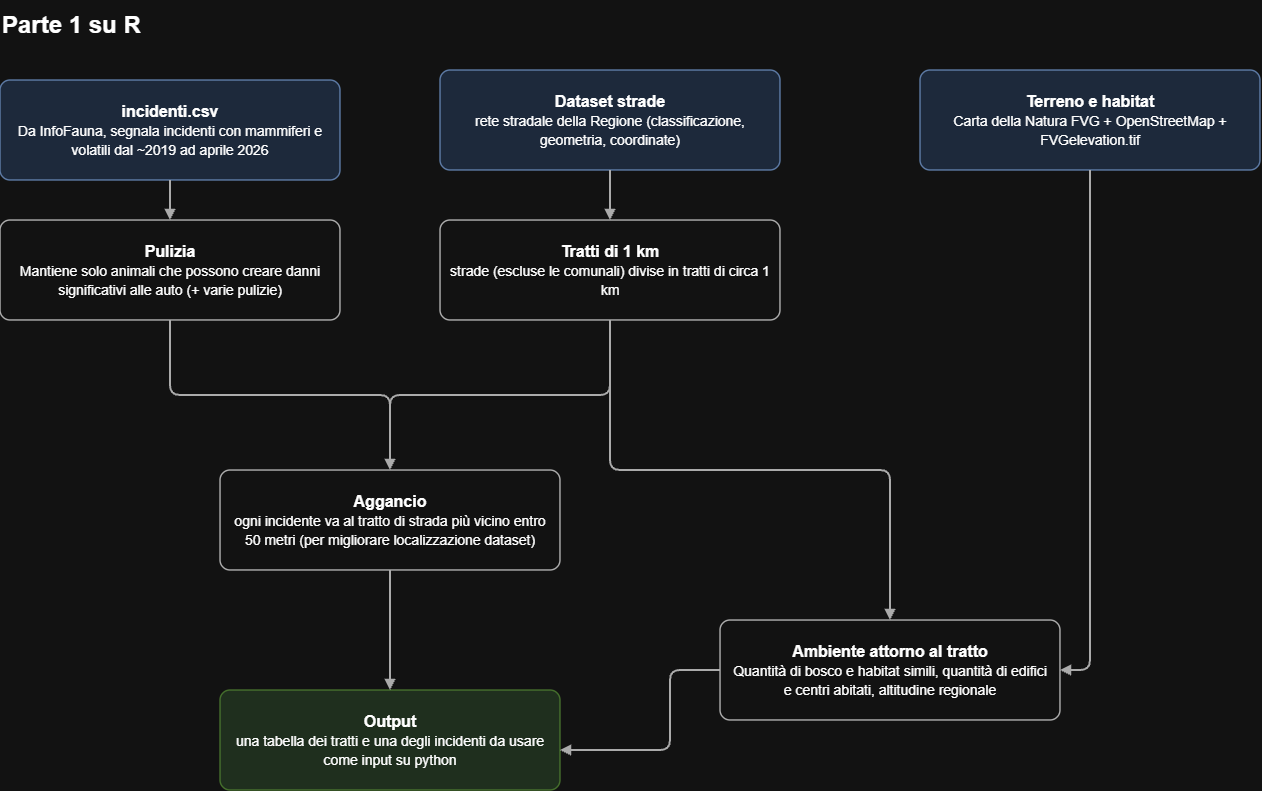
Alepsyco/Progetto-fauna keeps this draw.io diagram as pipeline1.png. Above is the earlier version. Source tidied: cells renumbered, new cells last; positions are measured from the earlier drawing's top-left corner, leaving out a move shared by most shapes. Source of this version:
```xml
<mxGraphModel>
  <root>
    <mxCell id="0" />
    <mxCell id="1" parent="0" />
    <mxCell id="2" value="Parte 1 su R" style="text;html=1;align=left;verticalAlign=middle;fontSize=24;fontStyle=1;" parent="1" vertex="1">
      <mxGeometry width="900" height="50" as="geometry" />
    </mxCell>
    <mxCell id="3" value="&lt;b&gt;incidenti.csv&lt;/b&gt;&lt;br&gt;&lt;span style=&quot;font-size:14px&quot;&gt;Da InfoFauna, segnala incidenti con mammiferi e volatili dal ~2019 ad aprile 2026&lt;/span&gt;" style="rounded=1;arcSize=10;whiteSpace=wrap;html=1;fontSize=16;spacing=10;strokeWidth=1.5;fillColor=#dae8fc;strokeColor=#6c8ebf;" parent="1" vertex="1">
      <mxGeometry y="80" width="340" height="100" as="geometry" />
    </mxCell>
    <mxCell id="4" value="&lt;b&gt;Dataset strade&lt;/b&gt;&lt;br&gt;&lt;span style=&quot;font-size:14px&quot;&gt;rete stradale della Regione (classificazione, geometria, coordinate)&lt;/span&gt;" style="rounded=1;arcSize=10;whiteSpace=wrap;html=1;fontSize=16;spacing=10;strokeWidth=1.5;fillColor=#dae8fc;strokeColor=#6c8ebf;" parent="1" vertex="1">
      <mxGeometry x="440" y="70" width="340" height="100" as="geometry" />
    </mxCell>
    <mxCell id="5" value="&lt;b&gt;Pulizia&lt;/b&gt;&lt;br&gt;&lt;span style=&quot;font-size:14px&quot;&gt;Mantiene solo animali che possono creare danni significativi alle auto (+ varie pulizie)&lt;/span&gt;" style="rounded=1;arcSize=10;whiteSpace=wrap;html=1;fontSize=16;spacing=10;strokeWidth=1.5;fillColor=#ffffff;strokeColor=#4d4d4d;" parent="1" vertex="1">
      <mxGeometry y="220" width="340" height="100" as="geometry" />
    </mxCell>
    <mxCell id="6" value="&lt;b&gt;Tratti di 1 km&lt;/b&gt;&lt;br&gt;&lt;span style=&quot;font-size:14px&quot;&gt;strade (escluse le comunali) divise in tratti di circa 1 km&lt;/span&gt;" style="rounded=1;arcSize=10;whiteSpace=wrap;html=1;fontSize=16;spacing=10;strokeWidth=1.5;fillColor=#ffffff;strokeColor=#4d4d4d;" parent="1" vertex="1">
      <mxGeometry x="440" y="220" width="340" height="100" as="geometry" />
    </mxCell>
    <mxCell id="7" value="&lt;b&gt;Aggancio&lt;/b&gt;&lt;br&gt;&lt;span style=&quot;font-size:14px&quot;&gt;ogni incidente va al tratto di strada più vicino entro 50 metri (per migliorare localizzazione dataset)&lt;/span&gt;" style="rounded=1;arcSize=10;whiteSpace=wrap;html=1;fontSize=16;spacing=10;strokeWidth=1.5;fillColor=#ffffff;strokeColor=#4d4d4d;" parent="1" vertex="1">
      <mxGeometry x="220" y="470" width="340" height="100" as="geometry" />
    </mxCell>
    <mxCell id="8" value="&lt;b&gt;Ambiente attorno al tratto&lt;/b&gt;&lt;br&gt;&lt;span style=&quot;font-size:14px&quot;&gt;Quantità di bosco e habitat simili, quantità di edifici e centri abitati, altitudine regionale&lt;/span&gt;" style="rounded=1;arcSize=10;whiteSpace=wrap;html=1;fontSize=16;spacing=10;strokeWidth=1.5;fillColor=#ffffff;strokeColor=#4d4d4d;" parent="1" vertex="1">
      <mxGeometry x="720" y="620" width="340" height="100" as="geometry" />
    </mxCell>
    <mxCell id="9" value="&lt;b&gt;Terreno e habitat&lt;/b&gt;&lt;br&gt;&lt;span style=&quot;font-size:14px&quot;&gt;Carta della Natura FVG + OpenStreetMap + FVGelevation.tif&lt;/span&gt;" style="rounded=1;arcSize=10;whiteSpace=wrap;html=1;fontSize=16;spacing=10;strokeWidth=1.5;fillColor=#dae8fc;strokeColor=#6c8ebf;" parent="1" vertex="1">
      <mxGeometry x="920" y="70" width="340" height="100" as="geometry" />
    </mxCell>
    <mxCell id="10" value="&lt;b&gt;Output&lt;/b&gt;&lt;br&gt;&lt;span style=&quot;font-size:14px&quot;&gt;una tabella dei tratti e una degli incidenti da usare come input su python&lt;/span&gt;" style="rounded=1;arcSize=10;whiteSpace=wrap;html=1;fontSize=16;spacing=10;strokeWidth=1.5;fillColor=#d5e8d4;strokeColor=#82b366;" parent="1" vertex="1">
      <mxGeometry x="220" y="690" width="340" height="100" as="geometry" />
    </mxCell>
    <mxCell id="11" style="edgeStyle=orthogonalEdgeStyle;rounded=1;html=1;endArrow=block;endFill=1;strokeWidth=2;strokeColor=#4d4d4d;" parent="1" edge="1" source="3" target="5">
      <mxGeometry relative="1" as="geometry" />
    </mxCell>
    <mxCell id="12" style="edgeStyle=orthogonalEdgeStyle;rounded=1;html=1;endArrow=block;endFill=1;strokeWidth=2;strokeColor=#4d4d4d;" parent="1" edge="1" source="4" target="6">
      <mxGeometry relative="1" as="geometry" />
    </mxCell>
    <mxCell id="13" style="edgeStyle=orthogonalEdgeStyle;rounded=1;html=1;endArrow=block;endFill=1;strokeWidth=2;strokeColor=#4d4d4d;" parent="1" edge="1" source="5" target="7">
      <mxGeometry relative="1" as="geometry" />
    </mxCell>
    <mxCell id="14" style="edgeStyle=orthogonalEdgeStyle;rounded=1;html=1;endArrow=block;endFill=1;strokeWidth=2;strokeColor=#4d4d4d;" parent="1" edge="1" source="6" target="7">
      <mxGeometry relative="1" as="geometry" />
    </mxCell>
    <mxCell id="15" style="edgeStyle=orthogonalEdgeStyle;rounded=1;html=1;endArrow=block;endFill=1;strokeWidth=2;strokeColor=#4d4d4d;entryX=1;entryY=0.5;entryDx=0;entryDy=0;exitX=0.5;exitY=1;exitDx=0;exitDy=0;" parent="1" edge="1" source="9" target="8">
      <mxGeometry x="-0.02" relative="1" as="geometry" />
    </mxCell>
    <mxCell id="16" style="edgeStyle=orthogonalEdgeStyle;rounded=1;html=1;endArrow=block;endFill=1;strokeWidth=2;strokeColor=#4d4d4d;exitX=0;exitY=0.5;exitDx=0;exitDy=0;" parent="1" edge="1" source="8" target="10">
      <mxGeometry relative="1" as="geometry">
        <Array as="points">
          <mxPoint x="670" y="670" />
          <mxPoint x="670" y="750" />
        </Array>
      </mxGeometry>
    </mxCell>
    <mxCell id="17" style="edgeStyle=orthogonalEdgeStyle;rounded=1;html=1;endArrow=block;endFill=1;strokeWidth=2;strokeColor=#4d4d4d;exitX=0.5;exitY=1;exitDx=0;exitDy=0;entryX=0.5;entryY=0;entryDx=0;entryDy=0;" parent="1" edge="1" source="6" target="8">
      <mxGeometry relative="1" as="geometry" />
    </mxCell>
    <mxCell id="18" style="edgeStyle=orthogonalEdgeStyle;rounded=1;html=1;endArrow=block;endFill=1;strokeWidth=2;strokeColor=#4d4d4d;exitX=0.5;exitY=1;exitDx=0;exitDy=0;entryX=0.5;entryY=0;entryDx=0;entryDy=0;" parent="1" edge="1" source="7" target="10">
      <mxGeometry relative="1" as="geometry" />
    </mxCell>
  </root>
</mxGraphModel>
```
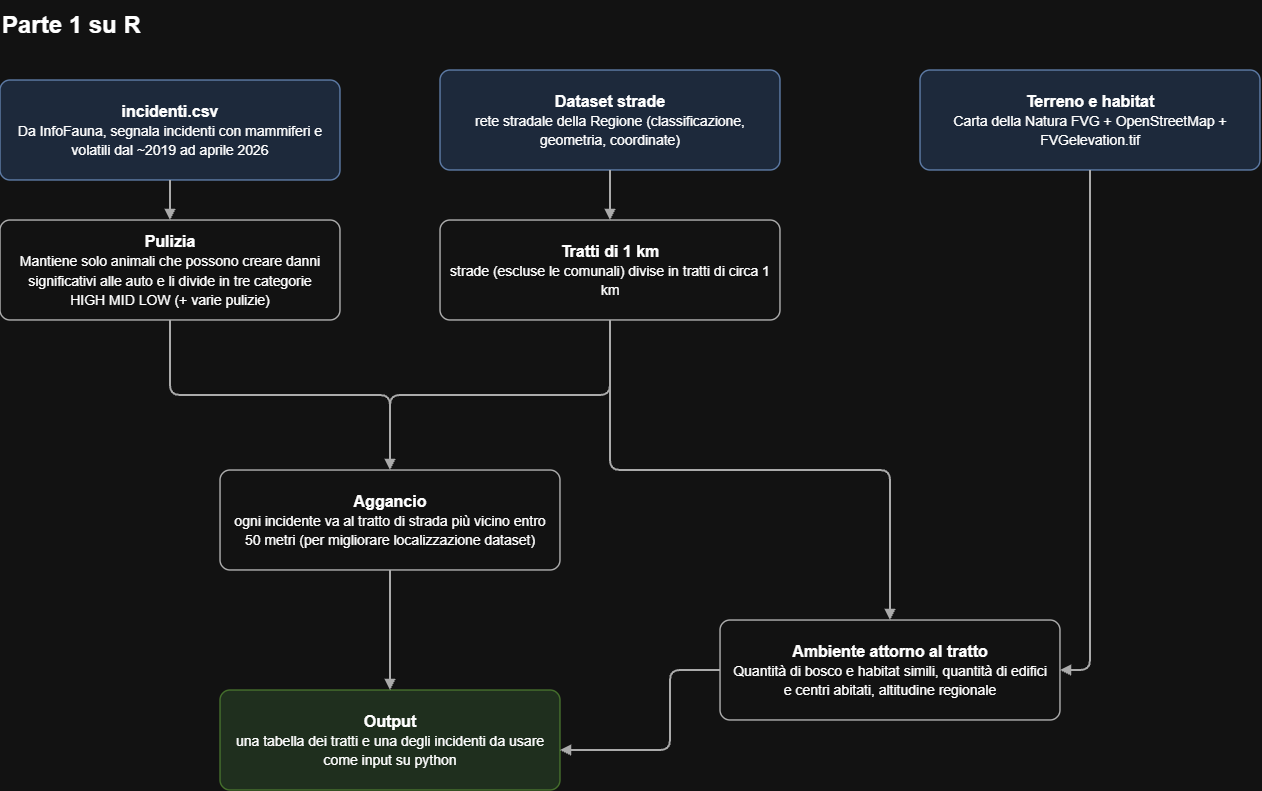
After the change.

Change to the diagram source:
```diff
@@ -11,7 +11,7 @@
     <mxCell id="4" value="&lt;b&gt;Dataset strade&lt;/b&gt;&lt;br&gt;&lt;span style=&quot;font-size:14px&quot;&gt;rete stradale della Regione (classificazione, geometria, coordinate)&lt;/span&gt;" style="rounded=1;arcSize=10;whiteSpace=wrap;html=1;fontSize=16;spacing=10;strokeWidth=1.5;fillColor=#dae8fc;strokeColor=#6c8ebf;" parent="1" vertex="1">
       <mxGeometry x="440" y="70" width="340" height="100" as="geometry" />
     </mxCell>
-    <mxCell id="5" value="&lt;b&gt;Pulizia&lt;/b&gt;&lt;br&gt;&lt;span style=&quot;font-size:14px&quot;&gt;Mantiene solo animali che possono creare danni significativi alle auto (+ varie pulizie)&lt;/span&gt;" style="rounded=1;arcSize=10;whiteSpace=wrap;html=1;fontSize=16;spacing=10;strokeWidth=1.5;fillColor=#ffffff;strokeColor=#4d4d4d;" parent="1" vertex="1">
+    <mxCell id="5" value="&lt;b&gt;Pulizia&lt;/b&gt;&lt;br&gt;&lt;span style=&quot;font-size:14px&quot;&gt;Mantiene solo animali che possono creare danni significativi alle auto e li divide in tre categorie HIGH MID LOW (+ varie pulizie)&lt;/span&gt;" style="rounded=1;arcSize=10;whiteSpace=wrap;html=1;fontSize=16;spacing=10;strokeWidth=1.5;fillColor=#ffffff;strokeColor=#4d4d4d;" parent="1" vertex="1">
       <mxGeometry y="220" width="340" height="100" as="geometry" />
     </mxCell>
     <mxCell id="6" value="&lt;b&gt;Tratti di 1 km&lt;/b&gt;&lt;br&gt;&lt;span style=&quot;font-size:14px&quot;&gt;strade (escluse le comunali) divise in tratti di circa 1 km&lt;/span&gt;" style="rounded=1;arcSize=10;whiteSpace=wrap;html=1;fontSize=16;spacing=10;strokeWidth=1.5;fillColor=#ffffff;strokeColor=#4d4d4d;" parent="1" vertex="1">
```
